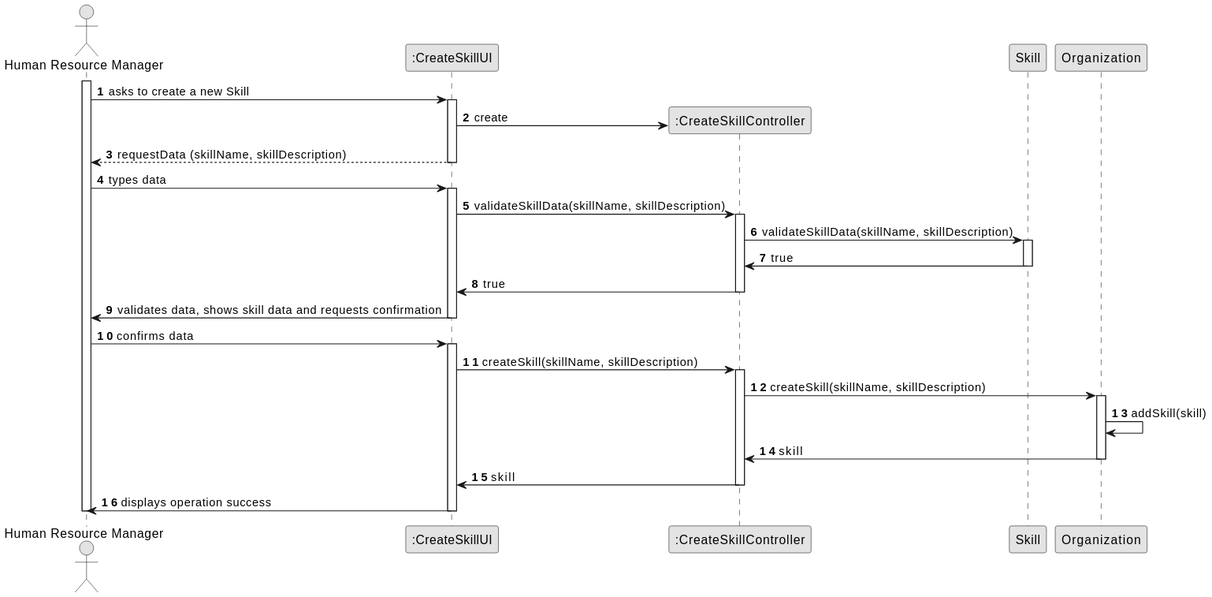
The PlantUML diagram docs/sprintB/us01/03.design/svg/us01-sequence-diagram-full.svg in Paulo-Pereira-at-ISEP/lei-24-s2-1nanb-g321, before a commit.
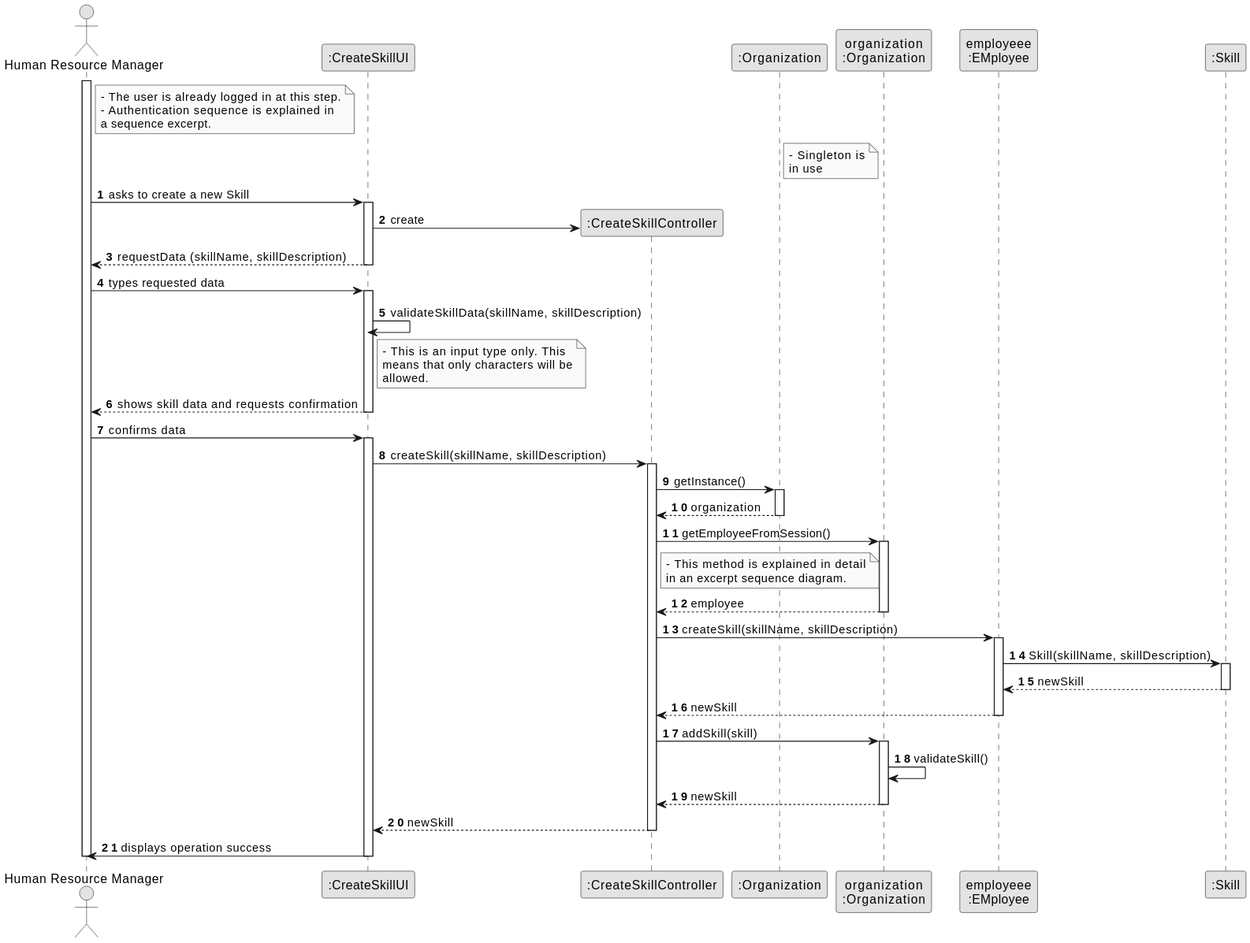
Later version of the same file.

Commit message:
LGGPM-117 - US01 - Design - Sequence diagram update

What changed in the source:
```diff
@@ -9,8 +9,22 @@
 actor "Human Resource Manager" as HRM
 participant ":CreateSkillUI" as UI
 participant ":CreateSkillController" as CTRL
-participant "Skill" as SKILL
-participant "Organization" as ORG
+participant ":Organization" as ORG_SINGLETON
+participant "organization\n:Organization" as ORG_INSTANCE
+participant "employeee\n:EMployee" as MNGR
+participant ":Skill" as SKILL
+
+note right of HRM
+    - The user is already logged in at this step.
+    - Authentication sequence is explained in
+    a sequence excerpt.
+end note
+
+note right of ORG_SINGLETON
+    - Singleton is
+    in use
+end note
+
 
 activate HRM
 
@@ -19,53 +33,88 @@
         activate UI
             UI -> CTRL** : create
 
+
+
+
             UI --> HRM : requestData (skillName, skillDescription)
         deactivate UI
 
-        HRM -> UI : types data
+        HRM -> UI : types requested data
 
         activate UI
 
-            UI -> CTRL : validateSkillData(skillName, skillDescription)
+            UI -> UI : validateSkillData(skillName, skillDescription)
+                note right of UI
+                    - This is an input type only. This
+                    means that only characters will be
+                    allowed.
+                end note
+
+
+            deactivate CTRL
+
+            UI --> HRM : shows skill data and requests confirmation
+
+        deactivate UI
+
+            HRM -> UI : confirms data
+
+        activate UI
+
+            UI -> CTRL : createSkill(skillName, skillDescription)
+
+
             activate CTRL
 
+                CTRL -> ORG_SINGLETON : getInstance()
 
-                CTRL -> SKILL : validateSkillData(skillName, skillDescription)
+                activate ORG_SINGLETON
+
+                    ORG_SINGLETON --> CTRL : organization
+
+                deactivate ORG_SINGLETON
+
+                CTRL -> ORG_INSTANCE : getEmployeeFromSession()
+
+                                note right of CTRL
+                                    - This method is explained in detail
+                                    in an excerpt sequence diagram.
+                                end note
+
+                activate ORG_INSTANCE
+
+                ORG_INSTANCE --> CTRL : employee
+
+                deactivate ORG_INSTANCE
+
+                CTRL -> MNGR : createSkill(skillName, skillDescription)
+
+                activate MNGR
+
+                MNGR -> SKILL : Skill(skillName, skillDescription)
 
                 activate SKILL
 
-                    SKILL -> CTRL : true
+                SKILL --> MNGR : newSkill
 
                 deactivate SKILL
 
-                CTRL -> UI : true
+                MNGR --> CTRL : newSkill
 
-                deactivate CTRL
+                deactivate MNGR
 
-                UI -> HRM : validates data, shows skill data and requests confirmation
+                CTRL -> ORG_INSTANCE : addSkill(skill)
 
+                activate ORG_INSTANCE
 
+                ORG_INSTANCE -> ORG_INSTANCE : validateSkill()
 
-        deactivate UI
+                ORG_INSTANCE --> CTRL : newSkill
 
+                deactivate ORG_INSTANCE
 
-    HRM -> UI : confirms data
-    activate UI
+            CTRL --> UI : newSkill
 
-        UI -> CTRL : createSkill(skillName, skillDescription)
-        activate CTRL
-
-            CTRL -> ORG : createSkill(skillName, skillDescription)
-
-            activate ORG
-
-                ORG -> ORG : addSkill(skill)
-
-                ORG -> CTRL : skill
-
-            deactivate ORG
-
-            CTRL -> UI : skill
 
         deactivate CTRL
 
```
